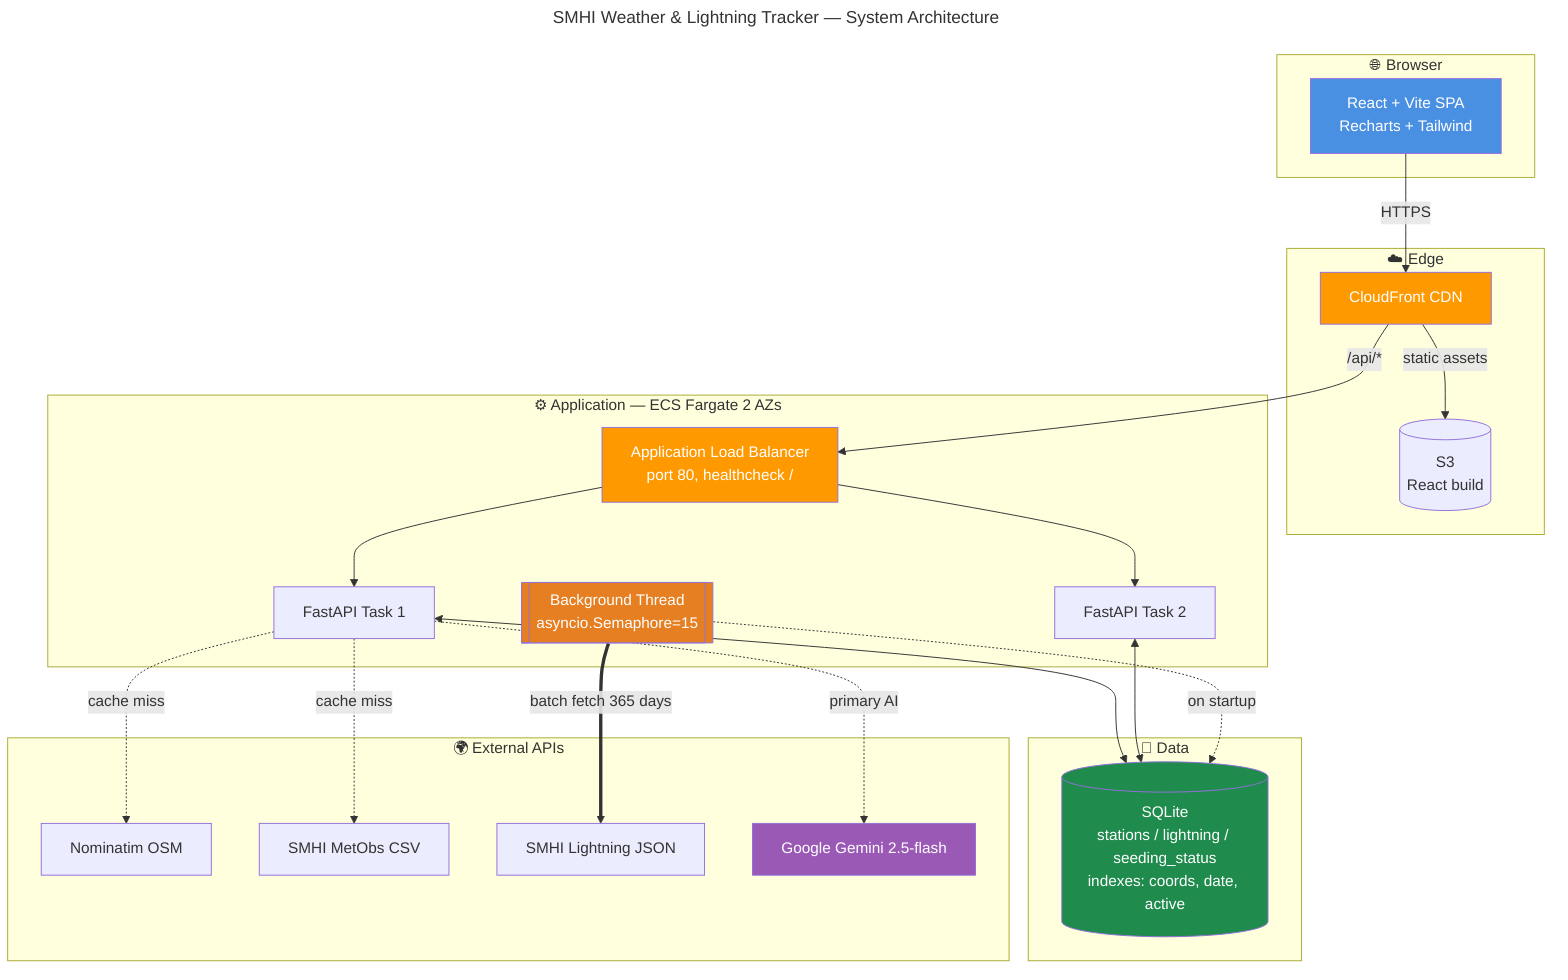
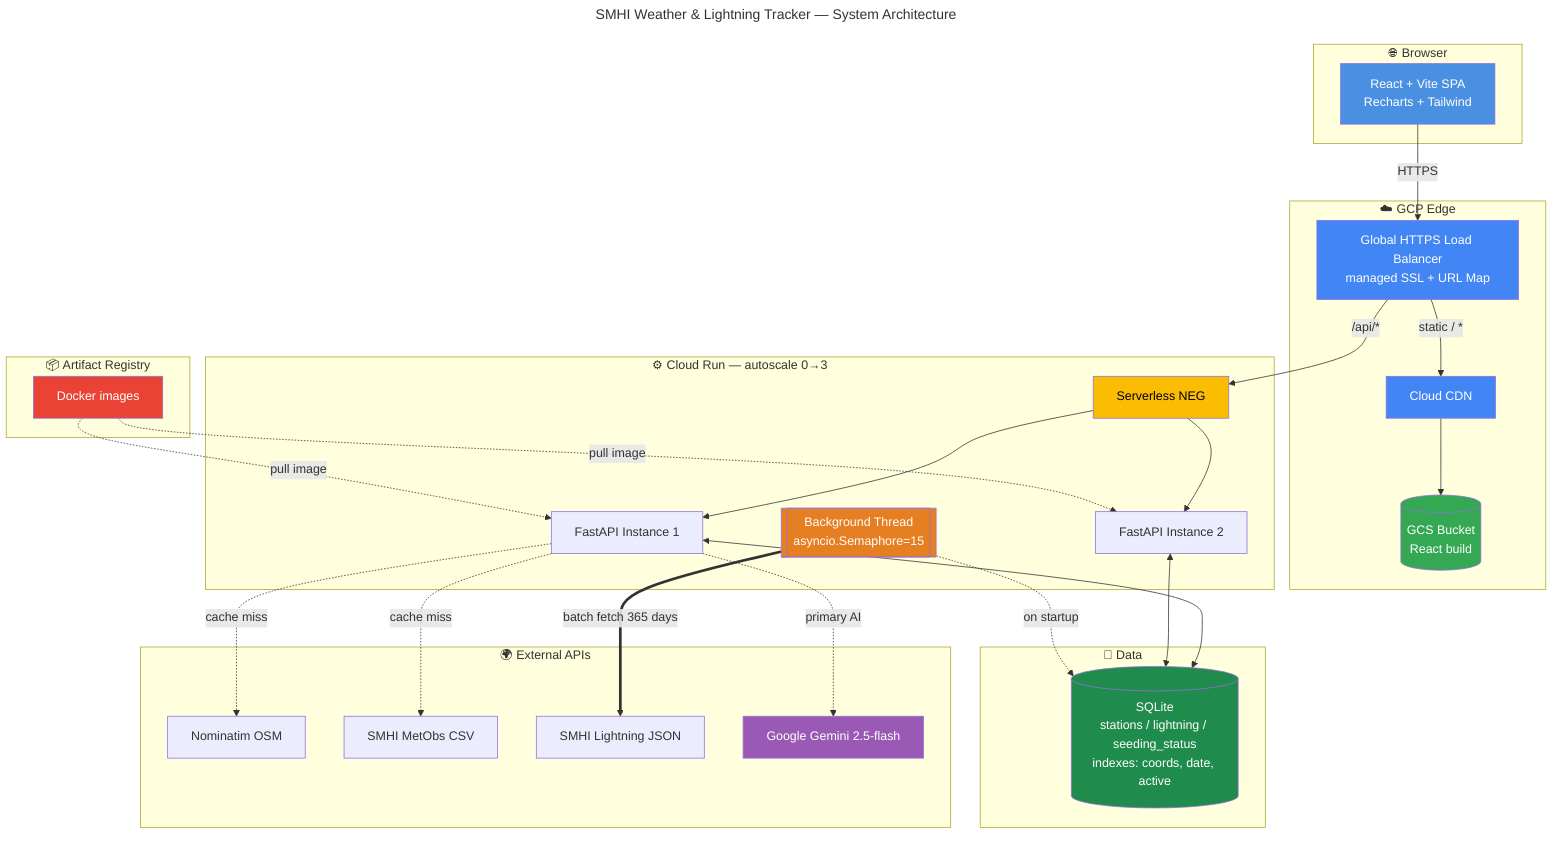
---
title: SMHI Weather & Lightning Tracker — System Architecture
---
flowchart TB
    subgraph Client["🌐 Browser"]
        UI[React + Vite SPA<br/>Recharts + Tailwind]
    end

-     subgraph Edge["☁️ Edge"]
-         CF[CloudFront CDN]
-         S3[(S3<br/>React build)]
+     subgraph Edge["☁️ GCP Edge"]
+         LB[Global HTTPS Load Balancer<br/>managed SSL + URL Map]
+         CDN[Cloud CDN]
+         GCS[(GCS Bucket<br/>React build)]
    end

-     subgraph App["⚙️ Application — ECS Fargate 2 AZs"]
-         ALB[Application Load Balancer<br/>port 80, healthcheck /]
-         API1[FastAPI Task 1]
-         API2[FastAPI Task 2]
+     subgraph App["⚙️ Cloud Run — autoscale 0→3"]
+         NEG[Serverless NEG]
+         API1[FastAPI Instance 1]
+         API2[FastAPI Instance 2]
        SEED[[Background Thread<br/>asyncio.Semaphore=15]]
+     end
+ 
+     subgraph Registry["📦 Artifact Registry"]
+         AR[Docker images]
    end

    subgraph Storage["💾 Data"]
        SQL[(SQLite<br/>stations / lightning / seeding_status<br/>indexes: coords, date, active)]
    end

    subgraph Ext["🌍 External APIs"]
        NOM[Nominatim OSM]
        SMHI_OBS[SMHI MetObs CSV]
        SMHI_LGT[SMHI Lightning JSON]
        GEM[Google Gemini 2.5-flash]
    end

-     UI -->|HTTPS| CF
-     CF -->|static assets| S3
-     CF -->|/api/*| ALB
-     ALB --> API1
-     ALB --> API2
+     UI -->|HTTPS| LB
+     LB -->|static / *| CDN
+     CDN --> GCS
+     LB -->|/api/*| NEG
+     NEG --> API1
+     NEG --> API2
+     AR -.->|pull image| API1
+     AR -.->|pull image| API2
    API1 <--> SQL
    API2 <--> SQL
    SEED -.->|on startup| SQL
    API1 -.->|cache miss| NOM
    API1 -.->|cache miss| SMHI_OBS
    SEED ==>|batch fetch 365 days| SMHI_LGT
    API1 -.->|primary AI| GEM

    style UI fill:#4A90E2,color:#fff
-     style CF fill:#FF9900,color:#fff
-     style ALB fill:#FF9900,color:#fff
+     style LB fill:#4285F4,color:#fff
+     style CDN fill:#4285F4,color:#fff
+     style GCS fill:#34A853,color:#fff
+     style NEG fill:#FBBC04,color:#000
+     style AR fill:#EA4335,color:#fff
    style SQL fill:#1F8B4C,color:#fff
    style GEM fill:#9B59B6,color:#fff
    style SEED fill:#E67E22,color:#fff
